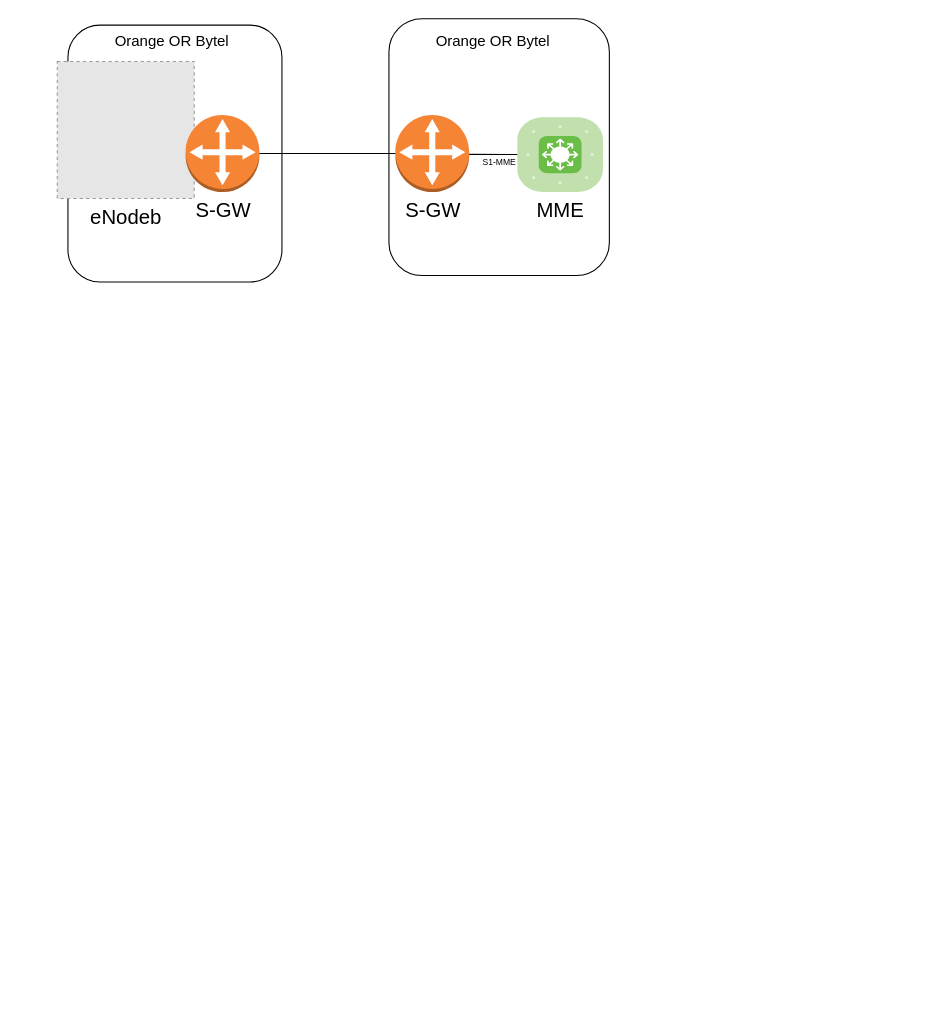
Before: page "Page-1" (1 of 2) of use_cases_sec.drawio in h4kdev/diagrams, a draw.io diagram. Source tidied: cells renumbered, new cells numbered last; positions are measured from the earlier drawing's top-left corner, leaving out a move shared by most shapes. Both pictures are drawn from the tidied source at 107%, with x=0, y=0 at pixel (57, 18). Pictures stored in the file or linked from it are replaced by grey dashed boxes.
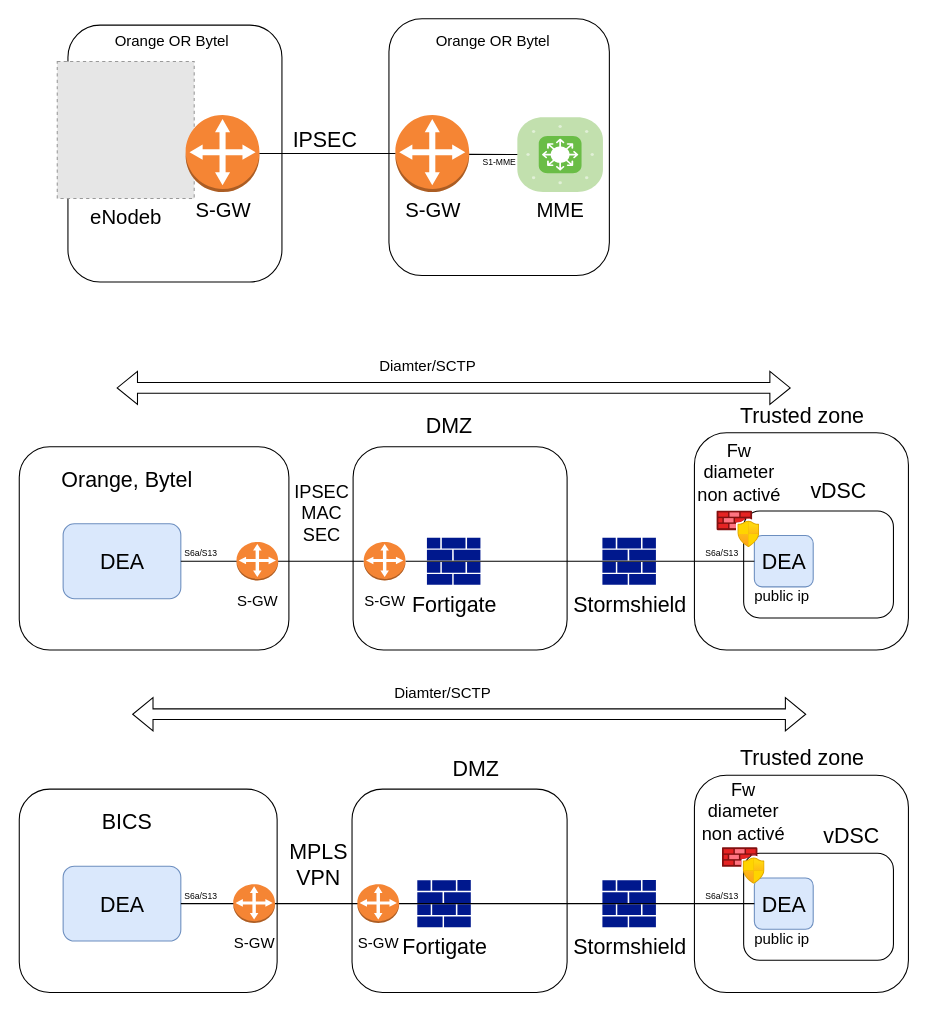
Above is the later version.

The edit, as a diff of the source:
```diff
@@
+    <mxCell id="13" style="rounded=1;whiteSpace=wrap;html=1;fontSize=19;" parent="1" vertex="1">
+      <mxGeometry x="-35.5" y="400" width="252" height="190" as="geometry" />
+    </mxCell>
@@
+    <mxCell id="14" value="&lt;font style=&quot;font-size: 20px;&quot;&gt;IPSEC&lt;/font&gt;" style="text;html=1;align=center;verticalAlign=middle;strokeColor=none;fillColor=none;fontSize=8;" parent="1" vertex="1">
+      <mxGeometry x="210" y="92" width="80" height="40" as="geometry" />
+    </mxCell>
+    <mxCell id="15" value="DEA" style="rounded=1;whiteSpace=wrap;html=1;fontSize=20;fillColor=#dae8fc;strokeColor=#6c8ebf;" parent="1" vertex="1">
+      <mxGeometry x="5.5" y="472" width="110" height="70" as="geometry" />
+    </mxCell>
+    <mxCell id="16" value="Orange, Bytel" style="text;html=1;align=center;verticalAlign=middle;strokeColor=none;fillColor=none;fontSize=20;" parent="1" vertex="1">
+      <mxGeometry x="-10.5" y="410" width="150" height="40" as="geometry" />
+    </mxCell>
+    <mxCell id="17" style="rounded=1;whiteSpace=wrap;html=1;fontSize=19;" parent="1" vertex="1">
+      <mxGeometry x="276.5" y="400" width="200" height="190" as="geometry" />
+    </mxCell>
+    <mxCell id="18" value="DMZ" style="text;html=1;align=center;verticalAlign=middle;strokeColor=none;fillColor=none;fontSize=20;" parent="1" vertex="1">
+      <mxGeometry x="330.5" y="360" width="70" height="40" as="geometry" />
+    </mxCell>
+    <mxCell id="19" value="Fortigate" style="sketch=0;shadow=0;dashed=0;html=1;strokeColor=none;labelPosition=center;verticalLabelPosition=bottom;verticalAlign=top;align=center;fillColor=#00188D;shape=mxgraph.mscae.enterprise.firewall;fontSize=20;" parent="1" vertex="1">
+      <mxGeometry x="345.5" y="485" width="50" height="44" as="geometry" />
+    </mxCell>
+    <mxCell id="20" value="Stormshield" style="sketch=0;shadow=0;dashed=0;html=1;strokeColor=none;labelPosition=center;verticalLabelPosition=bottom;verticalAlign=top;align=center;fillColor=#00188D;shape=mxgraph.mscae.enterprise.firewall;fontSize=20;" parent="1" vertex="1">
+      <mxGeometry x="509.5" y="485" width="50" height="44" as="geometry" />
+    </mxCell>
+    <mxCell id="21" style="rounded=1;whiteSpace=wrap;html=1;fontSize=19;" parent="1" vertex="1">
+      <mxGeometry x="595.5" y="387" width="200" height="203" as="geometry" />
+    </mxCell>
+    <mxCell id="22" value="Trusted zone" style="text;html=1;align=center;verticalAlign=middle;strokeColor=none;fillColor=none;fontSize=20;" parent="1" vertex="1">
+      <mxGeometry x="625.5" y="350" width="140" height="40" as="geometry" />
+    </mxCell>
+    <mxCell id="23" style="rounded=1;whiteSpace=wrap;html=1;fontSize=20;" parent="1" vertex="1">
+      <mxGeometry x="641.5" y="460" width="140" height="100" as="geometry" />
+    </mxCell>
+    <mxCell id="24" value="vDSC" style="text;html=1;align=center;verticalAlign=middle;strokeColor=none;fillColor=none;fontSize=20;" parent="1" vertex="1">
+      <mxGeometry x="689.5" y="420" width="80" height="40" as="geometry" />
+    </mxCell>
+    <mxCell id="25" value="DEA" style="rounded=1;whiteSpace=wrap;html=1;fontSize=20;fillColor=#dae8fc;strokeColor=#6c8ebf;" parent="1" vertex="1">
+      <mxGeometry x="651.5" y="483" width="55" height="48" as="geometry" />
+    </mxCell>
+    <mxCell id="26" style="endArrow=none;html=1;rounded=0;fontSize=20;exitX=1;exitY=0.5;exitDx=0;exitDy=0;startArrow=none;" parent="1" edge="1" source="51" target="25">
+      <mxGeometry relative="1" as="geometry" />
+    </mxCell>
+    <mxCell id="27" value="&lt;font style=&quot;font-size: 8px;&quot;&gt;S6a/S13&lt;/font&gt;" style="text;html=1;align=center;verticalAlign=middle;strokeColor=none;fillColor=none;fontSize=14;" parent="1" vertex="1">
+      <mxGeometry x="109" y="483" width="50" height="30" as="geometry" />
+    </mxCell>
+    <mxCell id="28" value="&lt;font style=&quot;font-size: 8px;&quot;&gt;S6a/S13&lt;/font&gt;" style="text;html=1;align=center;verticalAlign=middle;strokeColor=none;fillColor=none;fontSize=14;" parent="1" vertex="1">
+      <mxGeometry x="595.5" y="483" width="50" height="30" as="geometry" />
+    </mxCell>
+    <mxCell id="29" value="&lt;font style=&quot;font-size: 17px;&quot;&gt;IPSEC&lt;br&gt;MAC&lt;br&gt;SEC&lt;br&gt;&lt;/font&gt;" style="text;html=1;align=center;verticalAlign=middle;strokeColor=none;fillColor=none;fontSize=8;" parent="1" vertex="1">
+      <mxGeometry x="211.5" y="428" width="70" height="70" as="geometry" />
+    </mxCell>
+    <mxCell id="30" style="rounded=1;whiteSpace=wrap;html=1;fontSize=19;" parent="1" vertex="1">
+      <mxGeometry x="-35.5" y="720" width="241" height="190" as="geometry" />
+    </mxCell>
+    <mxCell id="31" value="DEA" style="rounded=1;whiteSpace=wrap;html=1;fontSize=20;fillColor=#dae8fc;strokeColor=#6c8ebf;" parent="1" vertex="1">
+      <mxGeometry x="5.5" y="792" width="110" height="70" as="geometry" />
+    </mxCell>
+    <mxCell id="32" value="BICS" style="text;html=1;align=center;verticalAlign=middle;strokeColor=none;fillColor=none;fontSize=20;" parent="1" vertex="1">
+      <mxGeometry x="29.5" y="730" width="70" height="40" as="geometry" />
+    </mxCell>
+    <mxCell id="33" style="rounded=1;whiteSpace=wrap;html=1;fontSize=19;" parent="1" vertex="1">
+      <mxGeometry x="275.5" y="720" width="201" height="190" as="geometry" />
+    </mxCell>
+    <mxCell id="34" value="DMZ" style="text;html=1;align=center;verticalAlign=middle;strokeColor=none;fillColor=none;fontSize=20;" parent="1" vertex="1">
+      <mxGeometry x="356" y="680" width="70" height="40" as="geometry" />
+    </mxCell>
+    <mxCell id="35" value="Fortigate" style="sketch=0;shadow=0;dashed=0;html=1;strokeColor=none;labelPosition=center;verticalLabelPosition=bottom;verticalAlign=top;align=center;fillColor=#00188D;shape=mxgraph.mscae.enterprise.firewall;fontSize=20;" parent="1" vertex="1">
+      <mxGeometry x="336.5" y="805" width="50" height="44" as="geometry" />
+    </mxCell>
+    <mxCell id="36" value="Stormshield" style="sketch=0;shadow=0;dashed=0;html=1;strokeColor=none;labelPosition=center;verticalLabelPosition=bottom;verticalAlign=top;align=center;fillColor=#00188D;shape=mxgraph.mscae.enterprise.firewall;fontSize=20;" parent="1" vertex="1">
+      <mxGeometry x="509.5" y="805" width="50" height="44" as="geometry" />
+    </mxCell>
+    <mxCell id="37" style="rounded=1;whiteSpace=wrap;html=1;fontSize=19;" parent="1" vertex="1">
+      <mxGeometry x="595.5" y="707" width="200" height="203" as="geometry" />
+    </mxCell>
+    <mxCell id="38" value="Trusted zone" style="text;html=1;align=center;verticalAlign=middle;strokeColor=none;fillColor=none;fontSize=20;" parent="1" vertex="1">
+      <mxGeometry x="625.5" y="670" width="140" height="40" as="geometry" />
+    </mxCell>
+    <mxCell id="39" style="rounded=1;whiteSpace=wrap;html=1;fontSize=20;" parent="1" vertex="1">
+      <mxGeometry x="641.5" y="780" width="140" height="100" as="geometry" />
+    </mxCell>
+    <mxCell id="40" value="vDSC" style="text;html=1;align=center;verticalAlign=middle;strokeColor=none;fillColor=none;fontSize=20;" parent="1" vertex="1">
+      <mxGeometry x="701.5" y="743" width="80" height="40" as="geometry" />
+    </mxCell>
+    <mxCell id="41" value="DEA" style="rounded=1;whiteSpace=wrap;html=1;fontSize=20;fillColor=#dae8fc;strokeColor=#6c8ebf;" parent="1" vertex="1">
+      <mxGeometry x="651.5" y="803" width="55" height="48" as="geometry" />
+    </mxCell>
+    <mxCell id="42" style="endArrow=none;html=1;rounded=0;fontSize=20;exitX=1;exitY=0.5;exitDx=0;exitDy=0;" parent="1" edge="1" source="31" target="41">
+      <mxGeometry relative="1" as="geometry" />
+    </mxCell>
+    <mxCell id="43" value="&lt;font style=&quot;font-size: 8px;&quot;&gt;S6a/S13&lt;/font&gt;" style="text;html=1;align=center;verticalAlign=middle;strokeColor=none;fillColor=none;fontSize=14;" parent="1" vertex="1">
+      <mxGeometry x="109" y="803" width="50" height="30" as="geometry" />
+    </mxCell>
+    <mxCell id="44" value="&lt;font style=&quot;font-size: 8px;&quot;&gt;S6a/S13&lt;/font&gt;" style="text;html=1;align=center;verticalAlign=middle;strokeColor=none;fillColor=none;fontSize=14;" parent="1" vertex="1">
+      <mxGeometry x="595.5" y="803" width="50" height="30" as="geometry" />
+    </mxCell>
+    <mxCell id="45" value="&lt;font style=&quot;font-size: 14px;&quot;&gt;S-GW&lt;/font&gt;" style="dashed=0;verticalLabelPosition=bottom;verticalAlign=top;align=center;html=1;shape=mxgraph.aws3.customer_gateway;fillColor=#F58534;gradientColor=none;fontSize=19;" parent="1" vertex="1">
+      <mxGeometry x="280.5" y="809" width="39" height="36" as="geometry" />
+    </mxCell>
+    <mxCell id="46" value="&lt;font style=&quot;font-size: 14px;&quot;&gt;S-GW&lt;/font&gt;" style="dashed=0;verticalLabelPosition=bottom;verticalAlign=top;align=center;html=1;shape=mxgraph.aws3.customer_gateway;fillColor=#F58534;gradientColor=none;fontSize=19;" parent="1" vertex="1">
+      <mxGeometry x="164.5" y="809" width="39" height="36" as="geometry" />
+    </mxCell>
+    <mxCell id="47" value="&lt;font style=&quot;font-size: 20px;&quot;&gt;MPLS&lt;br&gt;VPN&lt;br&gt;&lt;/font&gt;" style="text;html=1;align=center;verticalAlign=middle;strokeColor=none;fillColor=none;fontSize=8;" parent="1" vertex="1">
+      <mxGeometry x="203.5" y="760" width="80" height="60" as="geometry" />
+    </mxCell>
+    <mxCell id="48" value="public ip" style="text;html=1;align=center;verticalAlign=middle;strokeColor=none;fillColor=none;fontSize=14;" parent="1" vertex="1">
+      <mxGeometry x="641.5" y="525" width="70" height="30" as="geometry" />
+    </mxCell>
+    <mxCell id="49" value="public ip" style="text;html=1;align=center;verticalAlign=middle;strokeColor=none;fillColor=none;fontSize=14;" parent="1" vertex="1">
+      <mxGeometry x="641.5" y="845" width="70" height="30" as="geometry" />
+    </mxCell>
+    <mxCell id="50" style="endArrow=none;html=1;rounded=0;fontSize=20;exitX=1;exitY=0.5;exitDx=0;exitDy=0;" parent="1" edge="1" source="15" target="51">
+      <mxGeometry relative="1" as="geometry" />
+    </mxCell>
+    <mxCell id="51" value="&lt;font style=&quot;font-size: 14px;&quot;&gt;S-GW&lt;/font&gt;" style="outlineConnect=0;dashed=0;verticalLabelPosition=bottom;verticalAlign=top;align=center;html=1;shape=mxgraph.aws3.customer_gateway;fillColor=#F58534;gradientColor=none;fontSize=19;" parent="1" vertex="1">
+      <mxGeometry x="286.5" y="489" width="39" height="36" as="geometry" />
+    </mxCell>
+    <mxCell id="52" value="&lt;font style=&quot;font-size: 14px;&quot;&gt;S-GW&lt;/font&gt;" style="dashed=0;verticalLabelPosition=bottom;verticalAlign=top;align=center;html=1;shape=mxgraph.aws3.customer_gateway;fillColor=#F58534;gradientColor=none;fontSize=19;" parent="1" vertex="1">
+      <mxGeometry x="167.5" y="489" width="39" height="36" as="geometry" />
+    </mxCell>
+    <mxCell id="53" style="html=1;align=center;image;fontSize=12;image=img/lib/azure2/networking/Azure_Firewall_Manager.svg;" parent="1" vertex="1">
+      <mxGeometry x="616.5" y="460" width="40" height="34.3" as="geometry" />
+    </mxCell>
+    <mxCell id="54" style="html=1;align=center;image;fontSize=12;image=img/lib/azure2/networking/Azure_Firewall_Manager.svg;" parent="1" vertex="1">
+      <mxGeometry x="621.5" y="774.7" width="40" height="34.3" as="geometry" />
+    </mxCell>
+    <mxCell id="55" value="&lt;font style=&quot;font-size: 17px;&quot;&gt;Fw &lt;br&gt;diameter &lt;br&gt;non activé&lt;/font&gt;" style="text;html=1;align=center;verticalAlign=middle;strokeColor=none;fillColor=none;fontSize=17;" parent="1" vertex="1">
+      <mxGeometry x="590.5" y="707" width="100" height="70" as="geometry" />
+    </mxCell>
+    <mxCell id="56" style="shape=flexArrow;endArrow=classic;startArrow=classic;html=1;rounded=0;fontSize=14;" parent="1" edge="1">
+      <mxGeometry relative="1" as="geometry">
+        <mxPoint x="70" y="650" as="sourcePoint" />
+        <mxPoint x="700" y="650" as="targetPoint" />
+      </mxGeometry>
+    </mxCell>
+    <mxCell id="57" value="Diamter/SCTP" style="text;html=1;align=center;verticalAlign=middle;strokeColor=none;fillColor=none;fontSize=14;" parent="1" vertex="1">
+      <mxGeometry x="305" y="615" width="110" height="30" as="geometry" />
+    </mxCell>
+    <mxCell id="58" style="shape=flexArrow;endArrow=classic;startArrow=classic;html=1;rounded=0;fontSize=14;" parent="1" edge="1">
+      <mxGeometry relative="1" as="geometry">
+        <mxPoint x="55.5" y="345" as="sourcePoint" />
+        <mxPoint x="685.5" y="345" as="targetPoint" />
+      </mxGeometry>
+    </mxCell>
+    <mxCell id="59" value="Diamter/SCTP" style="text;html=1;align=center;verticalAlign=middle;strokeColor=none;fillColor=none;fontSize=14;" parent="1" vertex="1">
+      <mxGeometry x="290.5" y="310" width="110" height="30" as="geometry" />
+    </mxCell>
+    <mxCell id="60" value="&lt;font style=&quot;font-size: 17px;&quot;&gt;Fw &lt;br&gt;diameter &lt;br&gt;non activé&lt;/font&gt;" style="text;html=1;align=center;verticalAlign=middle;strokeColor=none;fillColor=none;fontSize=17;" parent="1" vertex="1">
+      <mxGeometry x="586.5" y="390" width="100" height="70" as="geometry" />
+    </mxCell>
```
